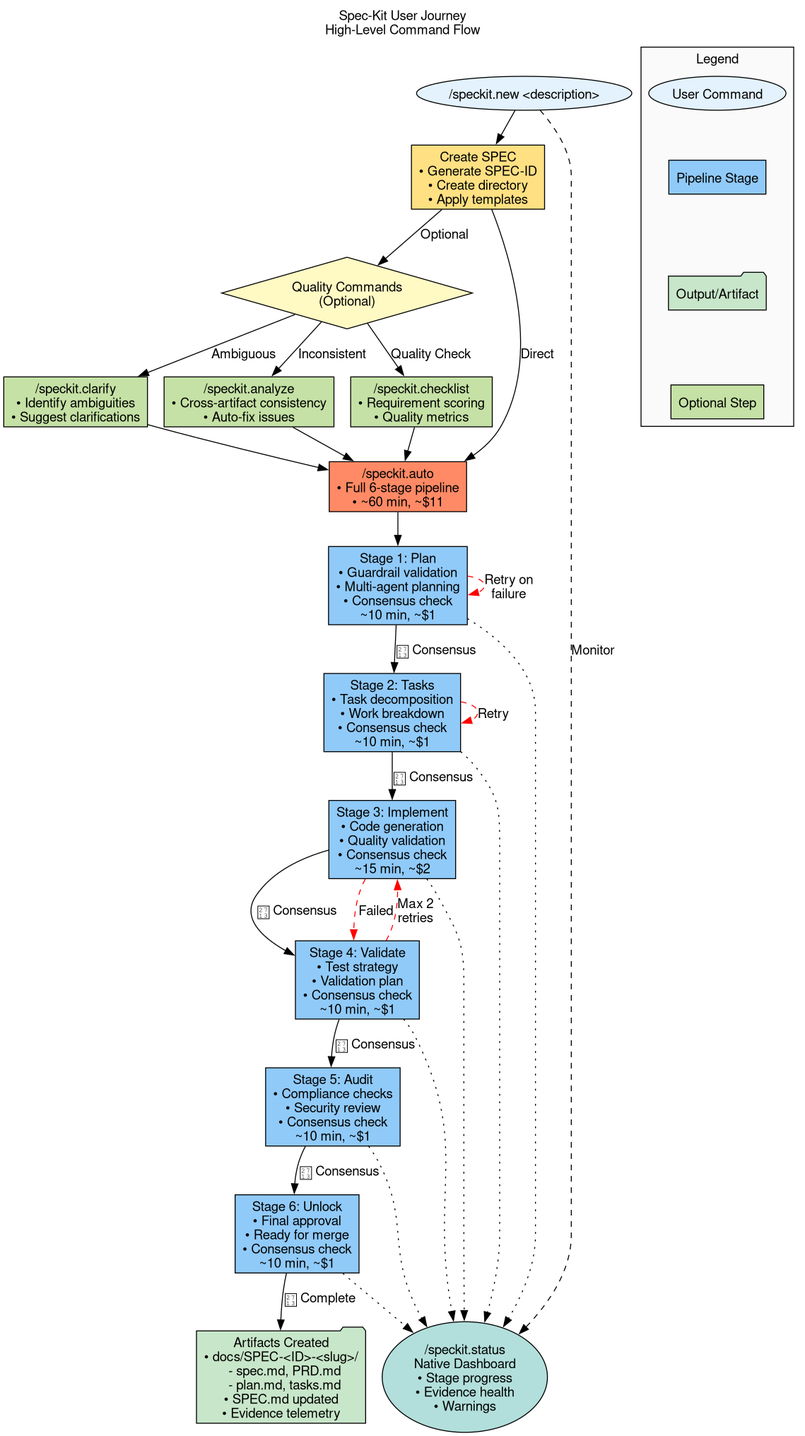
This is diagrams/spec-kit/1-user-journey.png from theturtlecsz/code, a Graphviz export, as it was before one commit. Its source is kept beside it as diagrams/spec-kit/1-user-journey.dot.
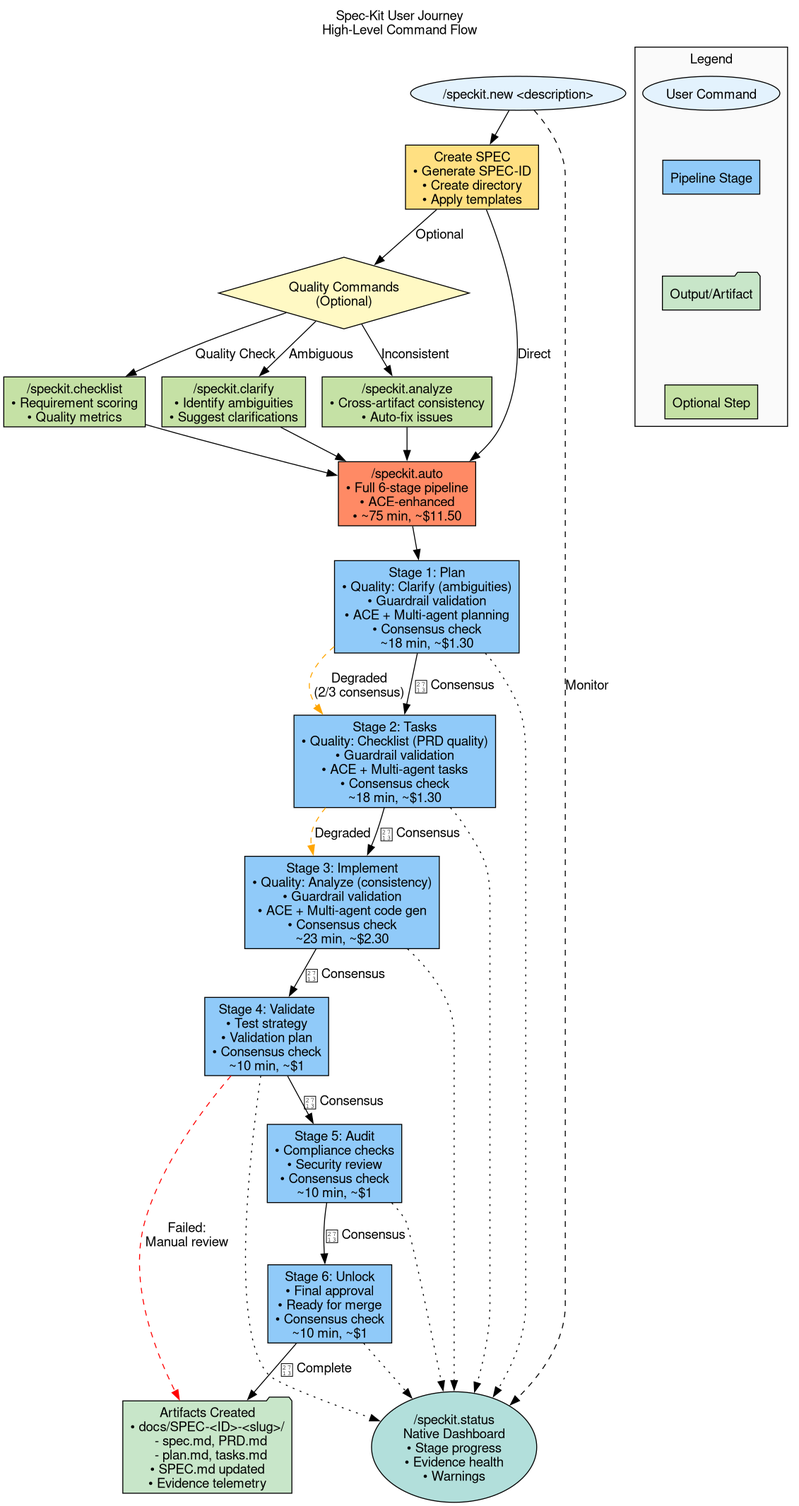
Later version of the same file.

The edit, as a diff of the source:
```diff
@@ -14,11 +14,11 @@
     analyze [label="/speckit.analyze\n• Cross-artifact consistency\n• Auto-fix issues", fillcolor="#C5E1A5", style=filled];
     checklist [label="/speckit.checklist\n• Requirement scoring\n• Quality metrics", fillcolor="#C5E1A5", style=filled];
 
-    auto [label="/speckit.auto\n• Full 6-stage pipeline\n• ~60 min, ~$11", fillcolor="#FF8A65", style=filled];
+    auto [label="/speckit.auto\n• Full 6-stage pipeline\n• ACE-enhanced\n• ~75 min, ~$11.50", fillcolor="#FF8A65", style=filled];
 
-    plan [label="Stage 1: Plan\n• Guardrail validation\n• Multi-agent planning\n• Consensus check\n~10 min, ~$1", fillcolor="#90CAF9", style=filled];
-    tasks [label="Stage 2: Tasks\n• Task decomposition\n• Work breakdown\n• Consensus check\n~10 min, ~$1", fillcolor="#90CAF9", style=filled];
-    implement [label="Stage 3: Implement\n• Code generation\n• Quality validation\n• Consensus check\n~15 min, ~$2", fillcolor="#90CAF9", style=filled];
+    plan [label="Stage 1: Plan\n• Quality: Clarify (ambiguities)\n• Guardrail validation\n• ACE + Multi-agent planning\n• Consensus check\n~18 min, ~$1.30", fillcolor="#90CAF9", style=filled];
+    tasks [label="Stage 2: Tasks\n• Quality: Checklist (PRD quality)\n• Guardrail validation\n• ACE + Multi-agent tasks\n• Consensus check\n~18 min, ~$1.30", fillcolor="#90CAF9", style=filled];
+    implement [label="Stage 3: Implement\n• Quality: Analyze (consistency)\n• Guardrail validation\n• ACE + Multi-agent code gen\n• Consensus check\n~23 min, ~$2.30", fillcolor="#90CAF9", style=filled];
     validate [label="Stage 4: Validate\n• Test strategy\n• Validation plan\n• Consensus check\n~10 min, ~$1", fillcolor="#90CAF9", style=filled];
     audit [label="Stage 5: Audit\n• Compliance checks\n• Security review\n• Consensus check\n~10 min, ~$1", fillcolor="#90CAF9", style=filled];
     unlock [label="Stage 6: Unlock\n• Final approval\n• Ready for merge\n• Consensus check\n~10 min, ~$1", fillcolor="#90CAF9", style=filled];
@@ -54,10 +54,9 @@
     audit -> status [style=dotted];
     unlock -> status [style=dotted];
 
-    plan -> plan [label="Retry on\nfailure", style=dashed, color=red];
-    tasks -> tasks [label="Retry", style=dashed, color=red];
-    implement -> validate [label="Failed", style=dashed, color=red];
-    validate -> implement [label="Max 2\nretries", style=dashed, color=red];
+    plan -> tasks [label="Degraded\n(2/3 consensus)", style=dashed, color=orange];
+    tasks -> implement [label="Degraded", style=dashed, color=orange];
+    validate -> artifacts [label="Failed:\nManual review", style=dashed, color=red];
 
     subgraph cluster_legend {
         label="Legend";
```
